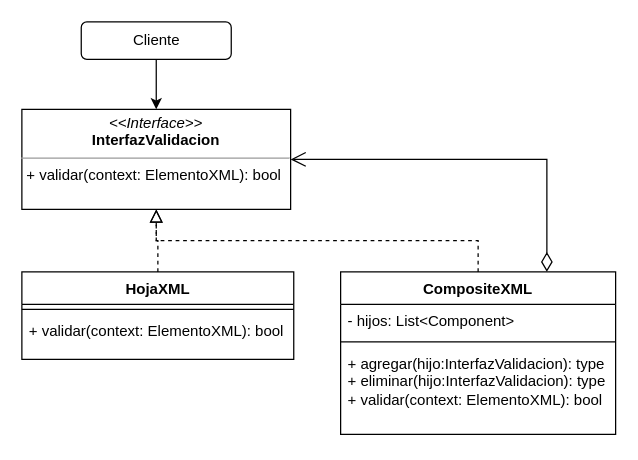
Before: patronCompositeCaso.drawio in KevinCordoba/RepositoriodeDiagramas, a draw.io diagram. Source tidied: cells renumbered, new cells numbered last; positions are measured from the earlier drawing's top-left corner, leaving out a move shared by most shapes. Both pictures are drawn from the tidied source at 125%, with x=0, y=0 at pixel (21, 21).
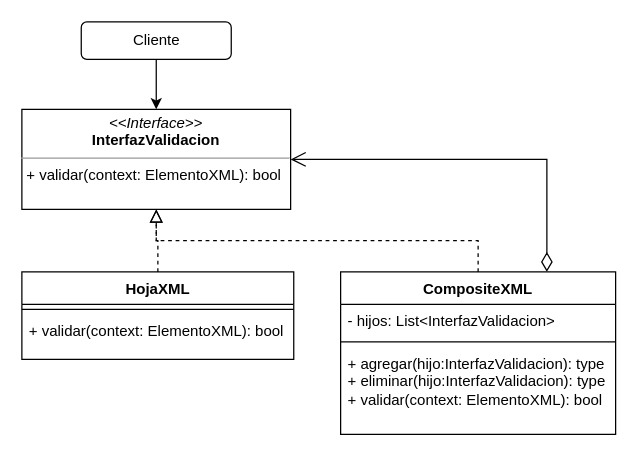
The same page after the edit.

What changed in the source:
```diff
@@
 <mxGraphModel>
   <root>
     <mxCell id="0" />
     <mxCell id="1" parent="0" />
     <mxCell id="2" style="edgeStyle=orthogonalEdgeStyle;rounded=0;jettySize=auto;html=1;entryX=0.5;entryY=0;entryDx=0;entryDy=0;" parent="1" edge="1" source="3" target="14">
       <mxGeometry relative="1" as="geometry" />
     </mxCell>
     <mxCell id="3" value="Cliente" style="rounded=1;whiteSpace=wrap;html=1;" parent="1" vertex="1">
       <mxGeometry x="47.5" width="120" height="30" as="geometry" />
     </mxCell>
     <mxCell id="4" style="edgeStyle=orthogonalEdgeStyle;rounded=0;jettySize=auto;html=1;exitX=0.5;exitY=0;exitDx=0;exitDy=0;dashed=1;endArrow=block;endFill=0;endSize=8;entryX=0.5;entryY=1;entryDx=0;entryDy=0;" parent="1" edge="1" source="6" target="14">
       <mxGeometry relative="1" as="geometry" />
     </mxCell>
     <mxCell id="5" style="edgeStyle=orthogonalEdgeStyle;rounded=0;jettySize=auto;html=1;entryX=1;entryY=0.5;entryDx=0;entryDy=0;exitX=0.75;exitY=0;exitDx=0;exitDy=0;endArrow=open;endFill=0;startArrow=diamondThin;startFill=0;targetPerimeterSpacing=3;endSize=10;startSize=13;" parent="1" edge="1" source="6" target="14">
       <mxGeometry relative="1" as="geometry" />
     </mxCell>
     <mxCell id="6" value="CompositeXML" style="swimlane;fontStyle=1;align=center;verticalAlign=top;horizontal=1;startSize=26;whiteSpace=wrap;html=1;" parent="1" vertex="1">
       <mxGeometry x="255" y="200" width="220" height="130" as="geometry" />
     </mxCell>
-    <mxCell id="7" value="- hijos: List&amp;lt;Component&amp;gt;" style="text;strokeColor=none;fillColor=none;align=left;verticalAlign=top;spacingLeft=4;spacingRight=4;overflow=hidden;whiteSpace=wrap;html=1;" parent="6" vertex="1">
+    <mxCell id="7" value="- hijos: List&amp;lt;InterfazValidacion&amp;gt;" style="text;strokeColor=none;fillColor=none;align=left;verticalAlign=top;spacingLeft=4;spacingRight=4;overflow=hidden;whiteSpace=wrap;html=1;" parent="6" vertex="1">
       <mxGeometry y="26" width="220" height="26" as="geometry" />
     </mxCell>
     <mxCell id="8" style="line;strokeWidth=1;fillColor=none;align=left;verticalAlign=middle;spacingTop=-1;spacingLeft=3;spacingRight=3;labelPosition=right;strokeColor=inherit;" parent="6" vertex="1">
       <mxGeometry y="52" width="220" height="8" as="geometry" />
     </mxCell>
     <mxCell id="9" value="+ agregar(hijo:InterfazValidacion): type&lt;br&gt;+ eliminar(hijo:InterfazValidacion): type&lt;br&gt;+ validar(context: ElementoXML): bool" style="text;strokeColor=none;fillColor=none;align=left;verticalAlign=top;spacingLeft=4;spacingRight=4;overflow=hidden;whiteSpace=wrap;html=1;" parent="6" vertex="1">
       <mxGeometry y="60" width="220" height="70" as="geometry" />
     </mxCell>
     <mxCell id="10" style="edgeStyle=orthogonalEdgeStyle;rounded=0;jettySize=auto;html=1;entryX=0.5;entryY=1;entryDx=0;entryDy=0;dashed=1;endArrow=block;endFill=0;endSize=8;" parent="1" edge="1" source="11" target="14">
       <mxGeometry relative="1" as="geometry" />
     </mxCell>
     <mxCell id="11" value="HojaXML" style="swimlane;fontStyle=1;align=center;verticalAlign=top;horizontal=1;startSize=26;whiteSpace=wrap;html=1;" parent="1" vertex="1">
       <mxGeometry y="200" width="217.5" height="70" as="geometry" />
     </mxCell>
     <mxCell id="12" style="line;strokeWidth=1;fillColor=none;align=left;verticalAlign=middle;spacingTop=-1;spacingLeft=3;spacingRight=3;labelPosition=right;strokeColor=inherit;" parent="11" vertex="1">
       <mxGeometry y="26" width="217.5" height="8" as="geometry" />
     </mxCell>
     <mxCell id="13" value="+ validar(context: ElementoXML): bool" style="text;strokeColor=none;fillColor=none;align=left;verticalAlign=top;spacingLeft=4;spacingRight=4;overflow=hidden;whiteSpace=wrap;html=1;" parent="11" vertex="1">
       <mxGeometry y="34" width="217.5" height="36" as="geometry" />
     </mxCell>
     <mxCell id="14" value="&lt;p style=&quot;margin:0px;margin-top:4px;text-align:center;&quot;&gt;&lt;i&gt;&amp;lt;&amp;lt;Interface&amp;gt;&amp;gt;&lt;/i&gt;&lt;br&gt;&lt;b&gt;InterfazValidacion&lt;/b&gt;&lt;/p&gt;&lt;hr size=&quot;1&quot;&gt;&lt;p style=&quot;margin:0px;margin-left:4px;&quot;&gt;+ validar(context: ElementoXML): bool&lt;br&gt;&lt;/p&gt;&lt;p style=&quot;margin:0px;margin-left:4px;&quot;&gt;&lt;br&gt;&lt;/p&gt;" style="verticalAlign=top;align=left;overflow=fill;fontSize=12;fontFamily=Helvetica;html=1;whiteSpace=wrap;" parent="1" vertex="1">
       <mxGeometry y="70" width="215" height="80" as="geometry" />
     </mxCell>
   </root>
 </mxGraphModel>
```
